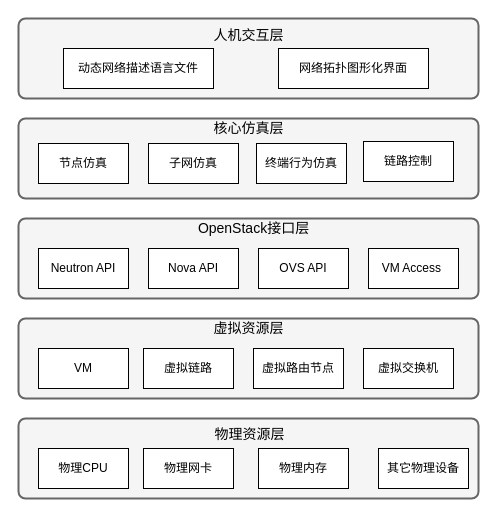
Earlier version of the draw.io diagram page "逻辑架构" (5 of 8) of 网络仿真系统.drawio (Icarus1994/neutron_conf). Source tidied: cells renumbered, new cells numbered last; positions are measured from the earlier drawing's top-left corner, leaving out a move shared by most shapes. Both pictures are drawn from the tidied source at 100%, with x=0, y=0 at pixel (18, 18).
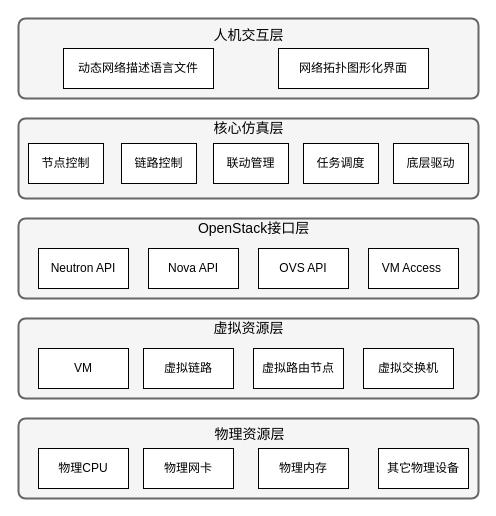
Above is the later version.

The edit, as a diff of the source:
```diff
@@
-    <mxCell id="6" value="节点仿真" style="rounded=0;whiteSpace=wrap;html=1;" parent="1" vertex="1">
-      <mxGeometry x="20" y="125" width="90" height="40" as="geometry" />
+    <mxCell id="6" value="任务调度" style="rounded=0;whiteSpace=wrap;html=1;" parent="1" vertex="1">
+      <mxGeometry x="285" y="125" width="75" height="40" as="geometry" />
     </mxCell>
-    <mxCell id="7" value="终端行为仿真" style="rounded=0;whiteSpace=wrap;html=1;" parent="1" vertex="1">
-      <mxGeometry x="238" y="125" width="90" height="40" as="geometry" />
+    <mxCell id="7" value="链路控制" style="rounded=0;whiteSpace=wrap;html=1;" parent="1" vertex="1">
+      <mxGeometry x="103" y="125" width="75" height="40" as="geometry" />
     </mxCell>
-    <mxCell id="8" value="链路控制" style="rounded=0;whiteSpace=wrap;html=1;" parent="1" vertex="1">
-      <mxGeometry x="345" y="123" width="90" height="40" as="geometry" />
+    <mxCell id="8" value="联动管理" style="rounded=0;whiteSpace=wrap;html=1;" parent="1" vertex="1">
+      <mxGeometry x="195" y="125" width="75" height="40" as="geometry" />
     </mxCell>
@@
-    <mxCell id="29" value="子网仿真" style="rounded=0;whiteSpace=wrap;html=1;" parent="1" vertex="1">
-      <mxGeometry x="130" y="125" width="90" height="40" as="geometry" />
+    <mxCell id="29" value="节点控制" style="rounded=0;whiteSpace=wrap;html=1;" parent="1" vertex="1">
+      <mxGeometry x="10" y="125" width="75" height="40" as="geometry" />
     </mxCell>
+    <mxCell id="30" value="底层驱动" style="rounded=0;whiteSpace=wrap;html=1;" parent="1" vertex="1">
+      <mxGeometry x="375" y="125" width="75" height="40" as="geometry" />
+    </mxCell>
```
